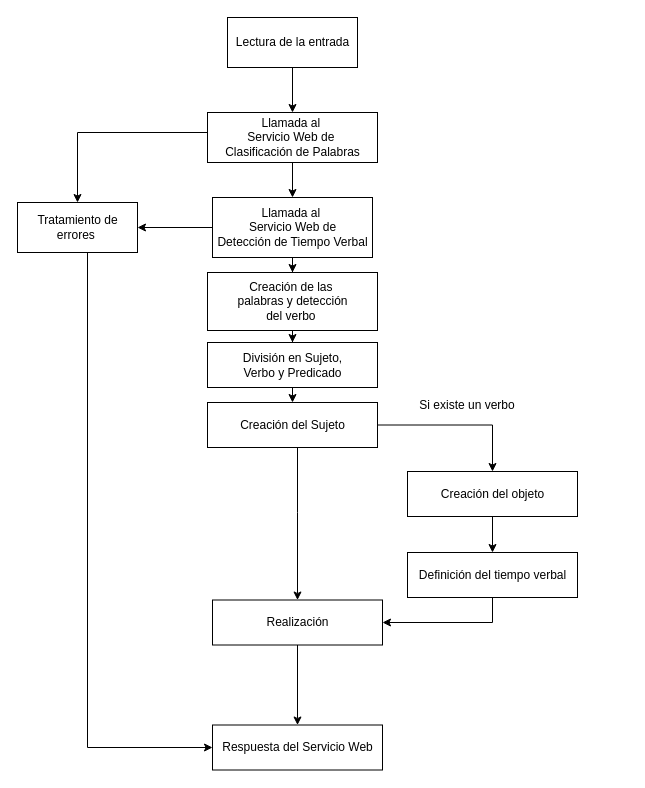
NILGroup/TFG-1819-PictoTexto keeps this draw.io diagram as Documentación/Imagenes/Bitmap/Diagramas/NLGService.drawio. Above is the earlier version. Source tidied: cells renumbered, new cells numbered last; positions are measured from the earlier drawing's top-left corner, leaving out a move shared by most shapes. Both pictures are drawn from the tidied source at 100%, with x=0, y=0 at pixel (17, 17).
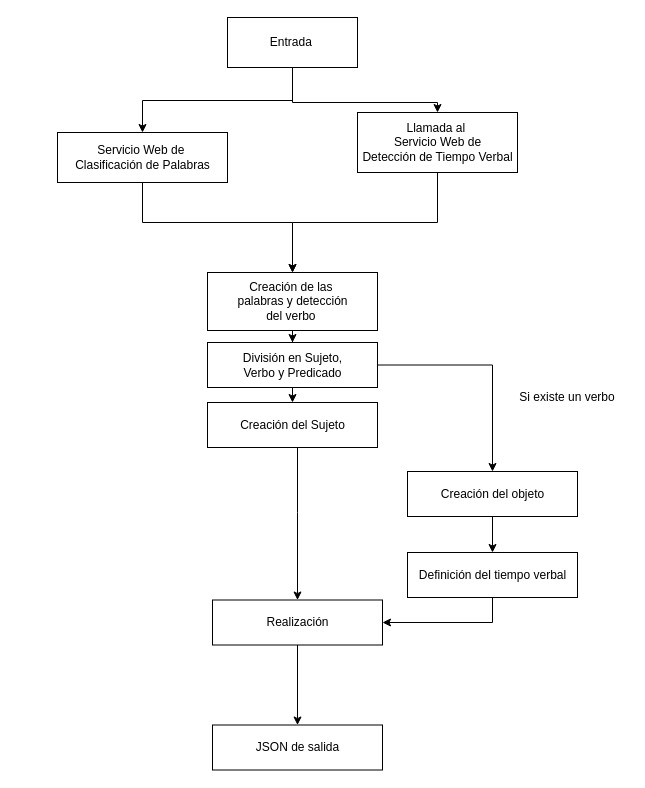
The same page after the edit.

Commit message (it also covers changes not shown here):
Corrections on architecture and better nlg with determiners

The change refers to these unchanged cells:
```xml
<mxCell id="13" value="Creación de las&amp;nbsp;&lt;br&gt;palabras y detección&lt;br&gt;del verbo&amp;nbsp;&lt;br&gt;" style="html=1;" parent="1" vertex="1">
  <mxGeometry x="190" y="255" width="170" height="58" as="geometry" />
</mxCell>
<mxCell id="15" value="División en Sujeto,&lt;br&gt;Verbo y Predicado&lt;br&gt;" style="html=1;" parent="1" vertex="1">
  <mxGeometry x="190" y="325" width="170" height="45" as="geometry" />
</mxCell>
<mxCell id="18" value="Creación del Sujeto&lt;br&gt;" style="html=1;" parent="1" vertex="1">
  <mxGeometry x="190" y="385" width="170" height="45" as="geometry" />
</mxCell>
<mxCell id="20" value="Creación del objeto&lt;br&gt;" style="html=1;" parent="1" vertex="1">
  <mxGeometry x="390" y="454" width="170" height="45" as="geometry" />
</mxCell>
```

The edit, as a diff of the source:
```diff
@@
     <mxCell id="2" style="edgeStyle=orthogonalEdgeStyle;rounded=0;jettySize=auto;html=1;exitX=0.5;exitY=1;exitDx=0;exitDy=0;entryX=0.5;entryY=0;entryDx=0;entryDy=0;" parent="1" edge="1" source="6" target="5">
-      <mxGeometry relative="1" as="geometry" />
+      <mxGeometry relative="1" as="geometry">
+        <Array as="points">
+          <mxPoint x="275" y="83" />
+          <mxPoint x="125" y="83" />
+        </Array>
+      </mxGeometry>
     </mxCell>
-    <mxCell id="3" style="edgeStyle=orthogonalEdgeStyle;rounded=0;jettySize=auto;html=1;entryX=0.5;entryY=0;entryDx=0;entryDy=0;" parent="1" edge="1" source="5" target="11">
-      <mxGeometry relative="1" as="geometry" />
+    <mxCell id="3" style="edgeStyle=orthogonalEdgeStyle;rounded=0;jettySize=auto;html=1;entryX=0.5;entryY=0;entryDx=0;entryDy=0;exitX=0.5;exitY=1;exitDx=0;exitDy=0;" parent="1" edge="1" source="6" target="11">
+      <mxGeometry relative="1" as="geometry">
+        <Array as="points">
+          <mxPoint x="275" y="85" />
+          <mxPoint x="420" y="85" />
+        </Array>
+      </mxGeometry>
     </mxCell>
-    <mxCell id="4" style="edgeStyle=orthogonalEdgeStyle;rounded=0;jettySize=auto;html=1;entryX=0.5;entryY=0;entryDx=0;entryDy=0;entryPerimeter=0;" parent="1" edge="1" source="5" target="8">
-      <mxGeometry relative="1" as="geometry">
-        <Array as="points">
-          <mxPoint x="60" y="115" />
-        </Array>
-      </mxGeometry>
-    </mxCell>
+    <mxCell id="27" style="edgeStyle=orthogonalEdgeStyle;rounded=0;jettySize=auto;html=1;entryX=0.5;entryY=0;entryDx=0;entryDy=0;" parent="1" edge="1" source="5" target="13">
+      <mxGeometry relative="1" as="geometry">
+        <Array as="points">
+          <mxPoint x="125" y="205" />
+          <mxPoint x="275" y="205" />
+        </Array>
+      </mxGeometry>
+    </mxCell>
-    <mxCell id="5" value="Llamada al&amp;nbsp;&lt;br&gt;Servicio Web de&amp;nbsp;&lt;br&gt;Clasificación de Palabras&lt;br&gt;" style="html=1;" parent="1" vertex="1">
-      <mxGeometry x="190" y="95" width="170" height="50" as="geometry" />
+    <mxCell id="5" value="Servicio Web de&amp;nbsp;&lt;br&gt;Clasificación de Palabras&lt;br&gt;" style="html=1;" parent="1" vertex="1">
+      <mxGeometry x="40" y="115" width="170" height="50" as="geometry" />
     </mxCell>
-    <mxCell id="6" value="Lectura de la entrada" style="html=1;" parent="1" vertex="1">
+    <mxCell id="6" value="Entrada&amp;nbsp;&lt;br&gt;" style="html=1;" parent="1" vertex="1">
       <mxGeometry x="210" width="130" height="50" as="geometry" />
     </mxCell>
-    <mxCell id="7" style="edgeStyle=orthogonalEdgeStyle;rounded=0;jettySize=auto;html=1;entryX=0;entryY=0.5;entryDx=0;entryDy=0;" parent="1" edge="1" source="8" target="25">
-      <mxGeometry relative="1" as="geometry">
-        <Array as="points">
-          <mxPoint x="70" y="730" />
-        </Array>
-      </mxGeometry>
-    </mxCell>
-    <mxCell id="8" value="Tratamiento de &lt;br&gt;errores&amp;nbsp;&lt;br&gt;" style="html=1;" parent="1" vertex="1">
-      <mxGeometry y="185" width="120" height="50" as="geometry" />
-    </mxCell>
-    <mxCell id="9" style="edgeStyle=orthogonalEdgeStyle;rounded=0;jettySize=auto;html=1;" parent="1" edge="1" source="11" target="8">
-      <mxGeometry relative="1" as="geometry" />
-    </mxCell>
@@
     <mxCell id="11" value="Llamada al&amp;nbsp;&lt;br&gt;Servicio Web&amp;nbsp;&lt;span&gt;de &lt;br&gt;Detección de Tiempo Verbal&lt;/span&gt;&lt;br&gt;" style="html=1;" parent="1" vertex="1">
-      <mxGeometry x="195" y="180" width="160" height="60" as="geometry" />
+      <mxGeometry x="340" y="95" width="160" height="60" as="geometry" />
     </mxCell>
@@
-    <mxCell id="17" style="edgeStyle=orthogonalEdgeStyle;rounded=0;jettySize=auto;html=1;" parent="1" edge="1" source="18" target="20">
+    <mxCell id="17" style="edgeStyle=orthogonalEdgeStyle;rounded=0;jettySize=auto;html=1;exitX=1;exitY=0.5;exitDx=0;exitDy=0;" parent="1" edge="1" source="15" target="20">
       <mxGeometry relative="1" as="geometry" />
     </mxCell>
@@
-    <mxCell id="25" value="Respuesta del Servicio Web" style="html=1;" parent="1" vertex="1">
+    <mxCell id="25" value="JSON de salida" style="html=1;" parent="1" vertex="1">
       <mxGeometry x="195" y="707.5" width="170" height="45" as="geometry" />
     </mxCell>
     <mxCell id="26" value="Si existe un verbo" style="text;html=1;strokeColor=none;fillColor=none;align=center;verticalAlign=middle;whiteSpace=wrap;rounded=0;" parent="1" vertex="1">
-      <mxGeometry x="390" y="378" width="120" height="20" as="geometry" />
+      <mxGeometry x="490" y="370" width="120" height="20" as="geometry" />
     </mxCell>
```
